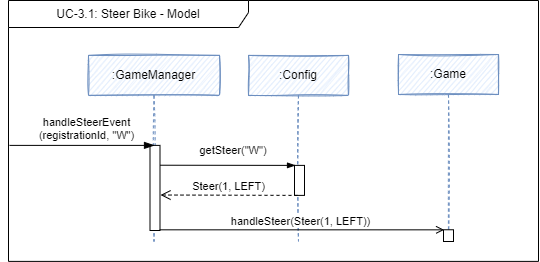
Earlier version of the draw.io export Dokumentation/App/diagrams/laufzeit/model_UC3.1_steerBike.png (sckoenig/Distributed-Tron). Source tidied: cells renumbered, new cells last; positions are measured from the earlier drawing's top-left corner, leaving out a move shared by most shapes.
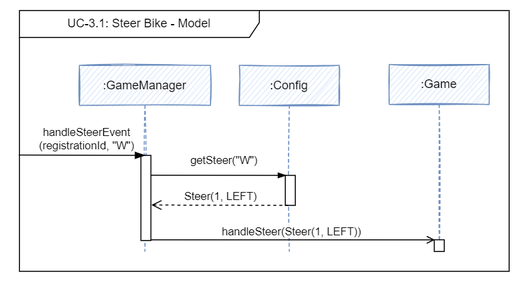
Above is the later version.

The edit, as a diff of the source:
```diff
@@ -22,9 +22,8 @@
     <mxCell id="7" style="html=1;points=[];perimeter=orthogonalPerimeter;" parent="1" vertex="1">
       <mxGeometry x="141.5" y="144.9" width="10" height="85.1" as="geometry" />
     </mxCell>
-    <mxCell id="8" value="handleSteerEvent&lt;br&gt;(registrationId, &quot;W&quot;)" style="html=1;verticalAlign=bottom;startArrow=none;startFill=0;endArrow=blockThin;startSize=6;endSize=8;rounded=0;endFill=1;" parent="1" edge="1">
+    <mxCell id="8" value="handleSteerEvent&lt;br&gt;(registrationId, &quot;W&quot;)" style="html=1;verticalAlign=bottom;startArrow=none;startFill=0;endArrow=blockThin;startSize=6;endSize=8;rounded=0;endFill=1;exitX=-0.001;exitY=0.554;exitDx=0;exitDy=0;exitPerimeter=0;" parent="1" edge="1" source="14">
       <mxGeometry x="0.07" y="1" relative="1" as="geometry">
-        <mxPoint x="1" y="144.9" as="sourcePoint" />
         <mxPoint x="146" y="144.9" as="targetPoint" />
       </mxGeometry>
     </mxCell>
@@ -48,7 +47,7 @@
       <mxGeometry x="435" y="229.3" width="10" height="11.7" as="geometry" />
     </mxCell>
     <mxCell id="14" value="UC-3.1: Steer Bike - Model" style="shape=umlFrame;whiteSpace=wrap;html=1;sketch=0;fillColor=default;width=240;height=27;" parent="1" vertex="1">
-      <mxGeometry width="530" height="260.9" as="geometry" />
+      <mxGeometry x="20" width="490" height="260.9" as="geometry" />
     </mxCell>
   </root>
 </mxGraphModel>
```
